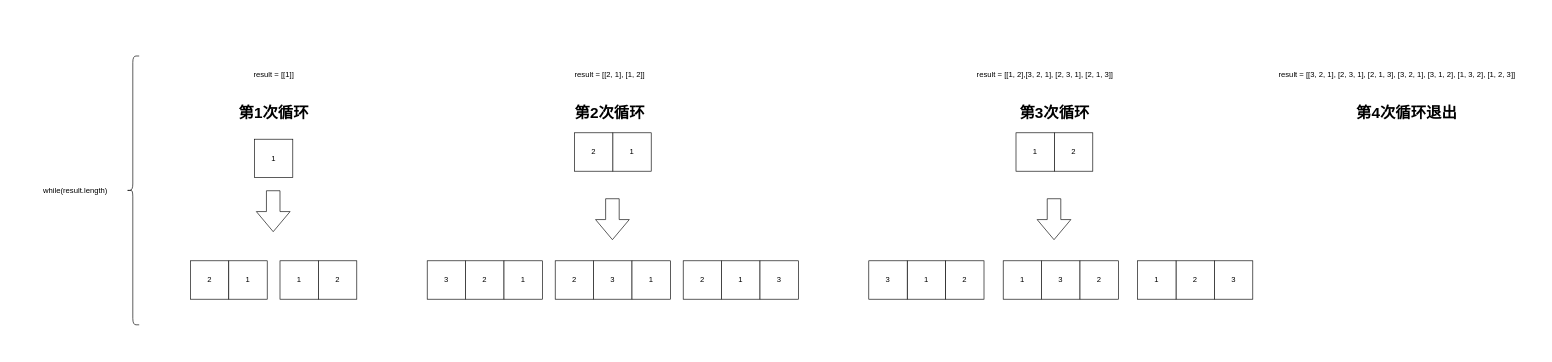
Earlier version of the draw.io diagram Untitled Diagram.drawio (SimThread/prototype). Source tidied: cells renumbered, new cells numbered last; positions are measured from the earlier drawing's top-left corner, leaving out a move shared by most shapes. Both pictures are drawn from the tidied source at 64%, with x=0, y=0 at pixel (36, 56).
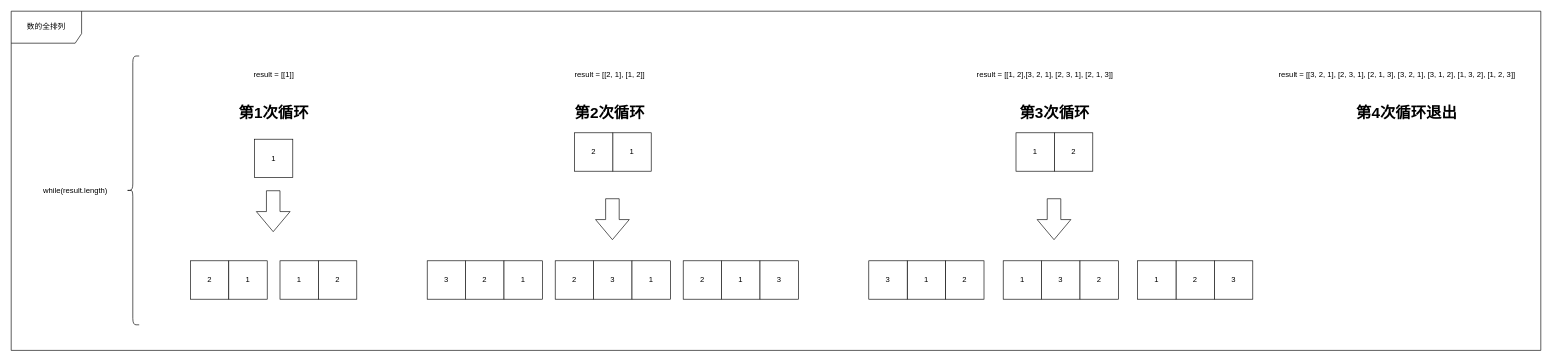
The same diagram, later.

Diff of the diagram source:
```diff
@@
+    <mxCell id="59" value="数的全排列" style="shape=umlFrame;whiteSpace=wrap;html=1;width=110;height=50;" parent="1" vertex="1">
+      <mxGeometry x="-40" y="-70" width="2390" height="530" as="geometry" />
+    </mxCell>
```
